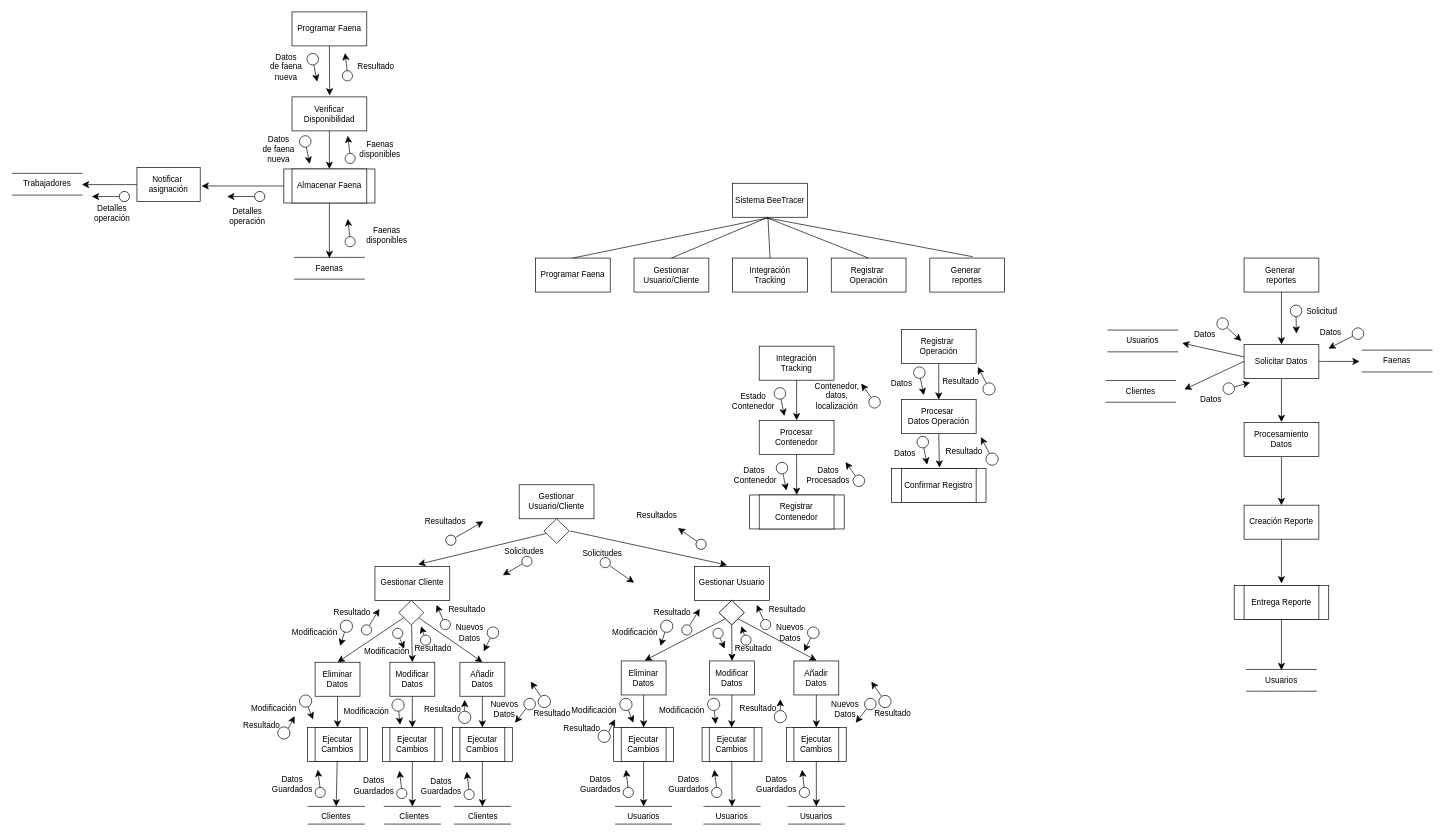
The draw.io diagram Diagrama sin asd.drawio in Er0ZzZ/Tarea-1, before the edit. Source tidied: cells renumbered, new cells numbered last; positions are measured from the earlier drawing's top-left corner, leaving out a move shared by most shapes. Both pictures are drawn from the tidied source at 68%, with x=0, y=0 at pixel (12, 12).
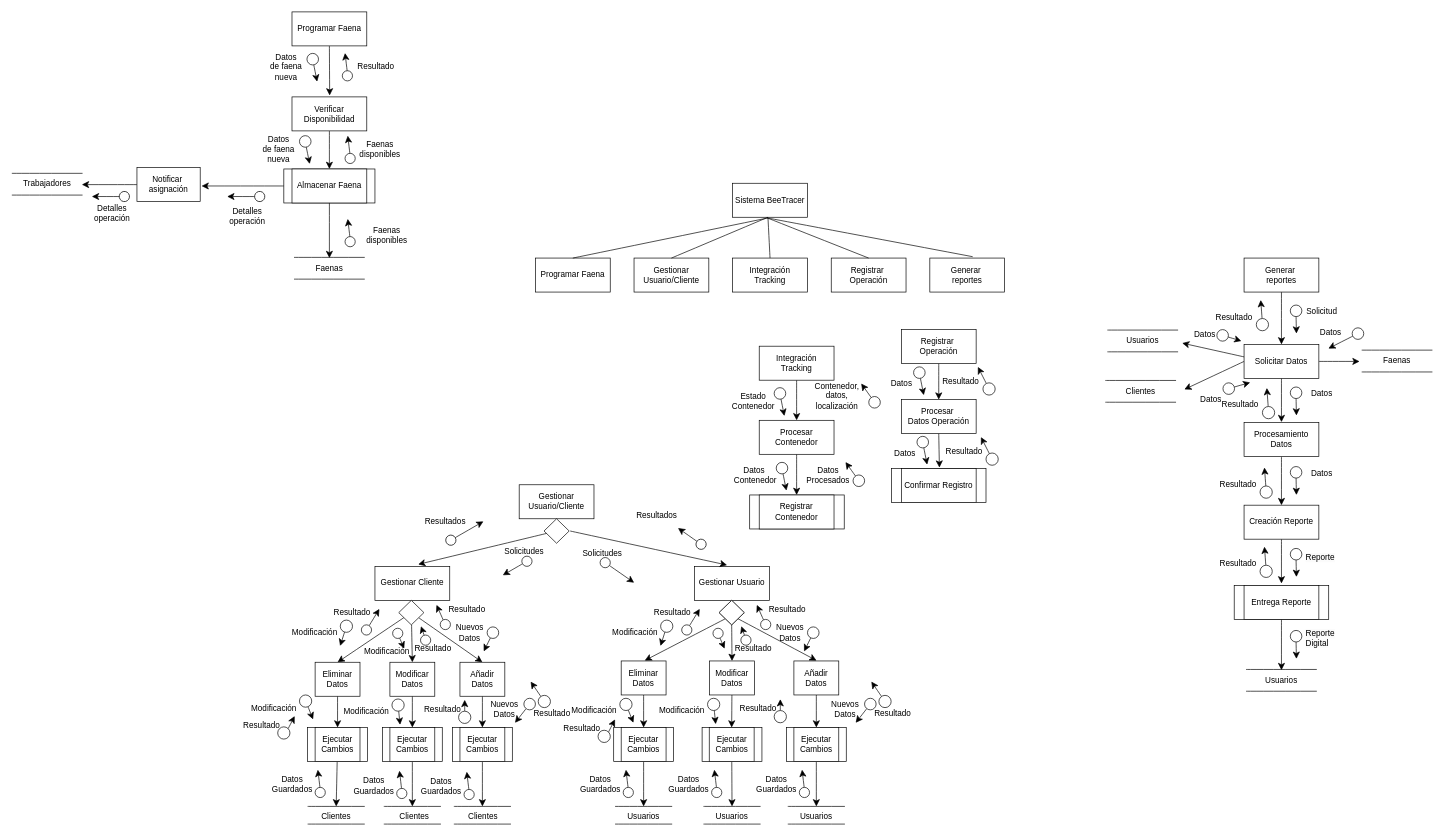
The same diagram, later.

What changed in the source:
```diff
@@
     <mxCell id="284" style="ellipse;whiteSpace=wrap;html=1;" parent="1" vertex="1">
-      <mxGeometry x="1772" y="449.9" width="17" height="17" as="geometry" />
+      <mxGeometry x="1772" y="467.2" width="17" height="17" as="geometry" />
     </mxCell>
@@
+    <mxCell id="294" style="edgeStyle=none;curved=1;rounded=0;jettySize=auto;html=1;fontSize=12;startSize=8;endSize=8;" parent="1" edge="1" source="295">
+      <mxGeometry relative="1" as="geometry">
+        <mxPoint x="1889" y="593.5" as="targetPoint" />
+      </mxGeometry>
+    </mxCell>
+    <mxCell id="295" style="ellipse;whiteSpace=wrap;html=1;" parent="1" vertex="1">
+      <mxGeometry x="1880" y="551.6" width="17" height="17" as="geometry" />
+    </mxCell>
+    <mxCell id="296" value="Datos" style="text;html=1;whiteSpace=wrap;strokeColor=none;fillColor=none;align=center;verticalAlign=middle;rounded=0;" parent="1" vertex="1">
+      <mxGeometry x="1901" y="551.6" width="51" height="20" as="geometry" />
+    </mxCell>
+    <mxCell id="297" style="edgeStyle=none;curved=1;rounded=0;jettySize=auto;html=1;fontSize=12;startSize=8;endSize=8;" parent="1" edge="1" source="298">
+      <mxGeometry relative="1" as="geometry">
+        <mxPoint x="1889" y="710.4" as="targetPoint" />
+      </mxGeometry>
+    </mxCell>
+    <mxCell id="298" style="ellipse;whiteSpace=wrap;html=1;" parent="1" vertex="1">
+      <mxGeometry x="1880" y="668.6" width="17" height="17" as="geometry" />
+    </mxCell>
+    <mxCell id="299" value="Datos" style="text;html=1;whiteSpace=wrap;strokeColor=none;fillColor=none;align=center;verticalAlign=middle;rounded=0;" parent="1" vertex="1">
+      <mxGeometry x="1901" y="668.6" width="51" height="20" as="geometry" />
+    </mxCell>
+    <mxCell id="300" style="edgeStyle=none;curved=1;rounded=0;jettySize=auto;html=1;fontSize=12;startSize=8;endSize=8;" parent="1" edge="1" source="301">
+      <mxGeometry relative="1" as="geometry">
+        <mxPoint x="1889" y="830.9" as="targetPoint" />
+      </mxGeometry>
+    </mxCell>
+    <mxCell id="301" style="ellipse;whiteSpace=wrap;html=1;" parent="1" vertex="1">
+      <mxGeometry x="1880" y="789" width="17" height="17" as="geometry" />
+    </mxCell>
+    <mxCell id="302" value="&lt;span style=&quot;color: rgb(0, 0, 0); font-family: Helvetica; font-size: 12px; font-style: normal; font-variant-ligatures: normal; font-variant-caps: normal; font-weight: 400; letter-spacing: normal; orphans: 2; text-align: center; text-indent: 0px; text-transform: none; widows: 2; word-spacing: 0px; -webkit-text-stroke-width: 0px; white-space: normal; text-decoration-thickness: initial; text-decoration-style: initial; text-decoration-color: initial; float: none; background-color: rgb(251, 251, 251); display: inline !important;&quot;&gt;Reporte&lt;/span&gt;" style="text;whiteSpace=wrap;html=1;" parent="1" vertex="1">
+      <mxGeometry x="1901" y="789" width="59" height="36" as="geometry" />
+    </mxCell>
+    <mxCell id="303" style="edgeStyle=none;curved=1;rounded=0;jettySize=auto;html=1;fontSize=12;startSize=8;endSize=8;" parent="1" edge="1" source="304">
+      <mxGeometry relative="1" as="geometry">
+        <mxPoint x="1889" y="951.4" as="targetPoint" />
+      </mxGeometry>
+    </mxCell>
+    <mxCell id="304" style="ellipse;whiteSpace=wrap;html=1;" parent="1" vertex="1">
+      <mxGeometry x="1880" y="909.6" width="17" height="17" as="geometry" />
+    </mxCell>
+    <mxCell id="305" value="&lt;span style=&quot;color: rgb(0, 0, 0); font-family: Helvetica; font-size: 12px; font-style: normal; font-variant-ligatures: normal; font-variant-caps: normal; font-weight: 400; letter-spacing: normal; orphans: 2; text-align: center; text-indent: 0px; text-transform: none; widows: 2; word-spacing: 0px; -webkit-text-stroke-width: 0px; white-space: normal; text-decoration-thickness: initial; text-decoration-style: initial; text-decoration-color: initial; float: none; background-color: rgb(251, 251, 251); display: inline !important;&quot;&gt;Reporte Digital&lt;/span&gt;" style="text;whiteSpace=wrap;html=1;" parent="1" vertex="1">
+      <mxGeometry x="1901" y="901.4" width="59" height="36" as="geometry" />
+    </mxCell>
+    <mxCell id="306" style="edgeStyle=none;curved=1;rounded=0;jettySize=auto;html=1;fontSize=12;startSize=8;endSize=8;" parent="1" edge="1" source="307">
+      <mxGeometry relative="1" as="geometry">
+        <mxPoint x="1842" y="670" as="targetPoint" />
+      </mxGeometry>
+    </mxCell>
+    <mxCell id="307" style="ellipse;whiteSpace=wrap;html=1;" parent="1" vertex="1">
+      <mxGeometry x="1835.5" y="697.2" width="18" height="18" as="geometry" />
+    </mxCell>
+    <mxCell id="308" value="Resultado" style="text;html=1;whiteSpace=wrap;strokeColor=none;fillColor=none;align=center;verticalAlign=middle;rounded=0;" parent="1" vertex="1">
+      <mxGeometry x="1777.5" y="684.8" width="51" height="20" as="geometry" />
+    </mxCell>
+    <mxCell id="309" style="edgeStyle=none;curved=1;rounded=0;jettySize=auto;html=1;fontSize=12;startSize=8;endSize=8;" parent="1" edge="1" source="310">
+      <mxGeometry relative="1" as="geometry">
+        <mxPoint x="1845.5" y="553.1" as="targetPoint" />
+      </mxGeometry>
+    </mxCell>
+    <mxCell id="310" style="ellipse;whiteSpace=wrap;html=1;" parent="1" vertex="1">
+      <mxGeometry x="1839" y="580.3" width="18" height="18" as="geometry" />
+    </mxCell>
+    <mxCell id="311" value="Resultado" style="text;html=1;whiteSpace=wrap;strokeColor=none;fillColor=none;align=center;verticalAlign=middle;rounded=0;" parent="1" vertex="1">
+      <mxGeometry x="1781" y="567.9" width="51" height="20" as="geometry" />
+    </mxCell>
+    <mxCell id="312" style="edgeStyle=none;curved=1;rounded=0;jettySize=auto;html=1;fontSize=12;startSize=8;endSize=8;" parent="1" edge="1" source="313">
+      <mxGeometry relative="1" as="geometry">
+        <mxPoint x="1842" y="786.4" as="targetPoint" />
+      </mxGeometry>
+    </mxCell>
+    <mxCell id="313" style="ellipse;whiteSpace=wrap;html=1;" parent="1" vertex="1">
+      <mxGeometry x="1835.5" y="813.7" width="18" height="18" as="geometry" />
+    </mxCell>
+    <mxCell id="314" value="Resultado" style="text;html=1;whiteSpace=wrap;strokeColor=none;fillColor=none;align=center;verticalAlign=middle;rounded=0;" parent="1" vertex="1">
+      <mxGeometry x="1777.5" y="801.2" width="51" height="20" as="geometry" />
+    </mxCell>
+    <mxCell id="315" style="edgeStyle=none;curved=1;rounded=0;jettySize=auto;html=1;fontSize=12;startSize=8;endSize=8;" parent="1" edge="1" source="316">
+      <mxGeometry relative="1" as="geometry">
+        <mxPoint x="1836.5" y="423.7" as="targetPoint" />
+      </mxGeometry>
+    </mxCell>
+    <mxCell id="316" style="ellipse;whiteSpace=wrap;html=1;" parent="1" vertex="1">
+      <mxGeometry x="1830" y="450.9" width="18" height="18" as="geometry" />
+    </mxCell>
+    <mxCell id="317" value="Resultado" style="text;html=1;whiteSpace=wrap;strokeColor=none;fillColor=none;align=center;verticalAlign=middle;rounded=0;" parent="1" vertex="1">
+      <mxGeometry x="1772" y="438.5" width="51" height="20" as="geometry" />
+    </mxCell>
```
